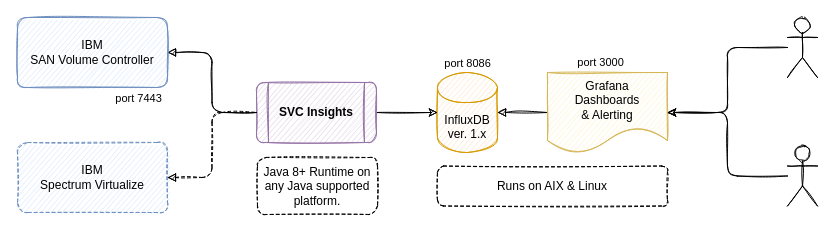
mnellemann/svci keeps this draw.io diagram as doc/SVCi.drawio. Above is the earlier version. Source tidied: cells renumbered, new cells numbered last; positions are measured from the earlier drawing's top-left corner, leaving out a move shared by most shapes. Both pictures are drawn from the tidied source at 100%, with x=0, y=0 at pixel (17, 17).
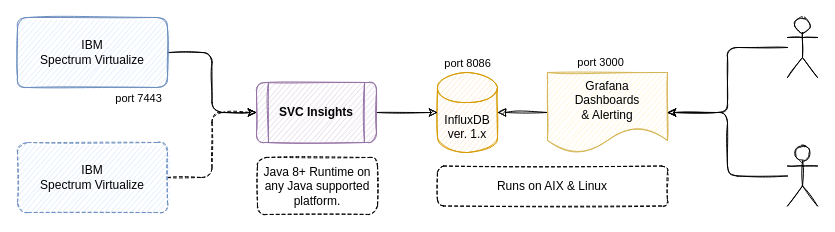
After the change.

The change refers to these unchanged cells:
```xml
<mxCell id="5" value="&lt;div&gt;&lt;b&gt;SVC Insights&lt;/b&gt;&lt;/div&gt;" style="shape=process;whiteSpace=wrap;html=1;backgroundOutline=1;fillColor=#e1d5e7;strokeColor=#9673a6;sketch=1;shadow=0;glass=0;rounded=1;" parent="1" vertex="1">
  <mxGeometry x="239" y="65" width="120" height="60" as="geometry" />
</mxCell>
<mxCell id="11" value="&lt;div&gt;IBM&lt;/div&gt;&lt;div&gt;Spectrum Virtualize&lt;/div&gt;" style="rounded=1;whiteSpace=wrap;html=1;strokeColor=#6c8ebf;dashed=1;fillColor=#dae8fc;sketch=1;" parent="1" vertex="1">
  <mxGeometry y="125" width="150" height="70" as="geometry" />
</mxCell>
```

Diff of the diagram source:
```diff
@@
-    <mxCell id="7" style="edgeStyle=orthogonalEdgeStyle;rounded=1;jettySize=auto;html=1;sketch=1;startArrow=block;startFill=1;endArrow=none;endFill=0;" parent="1" edge="1" source="9" target="5">
+    <mxCell id="7" style="edgeStyle=orthogonalEdgeStyle;rounded=1;jettySize=auto;html=1;sketch=1;startArrow=none;startFill=0;endArrow=classic;endFill=1;" parent="1" edge="1" source="9" target="5">
       <mxGeometry relative="1" as="geometry" />
     </mxCell>
@@
-    <mxCell id="9" value="&lt;div&gt;IBM&lt;br&gt;&lt;/div&gt;&lt;div&gt;SAN Volume Controller&lt;/div&gt;" style="rounded=1;whiteSpace=wrap;html=1;fillColor=#dae8fc;strokeColor=#6c8ebf;sketch=1;" parent="1" vertex="1">
+    <mxCell id="9" value="&lt;div&gt;IBM&lt;br&gt;&lt;/div&gt;&lt;div&gt;Spectrum Virtualize&lt;/div&gt;" style="rounded=1;whiteSpace=wrap;html=1;fillColor=#dae8fc;strokeColor=#6c8ebf;sketch=1;" parent="1" vertex="1">
       <mxGeometry width="150" height="70" as="geometry" />
     </mxCell>
-    <mxCell id="10" style="edgeStyle=orthogonalEdgeStyle;rounded=1;jettySize=auto;html=1;dashed=1;sketch=1;startArrow=block;startFill=1;endArrow=none;endFill=0;" parent="1" edge="1" source="11" target="5">
+    <mxCell id="10" style="edgeStyle=orthogonalEdgeStyle;rounded=1;jettySize=auto;html=1;dashed=1;sketch=1;startArrow=none;startFill=0;endArrow=classic;endFill=1;" parent="1" edge="1" source="11" target="5">
       <mxGeometry relative="1" as="geometry" />
     </mxCell>
```
